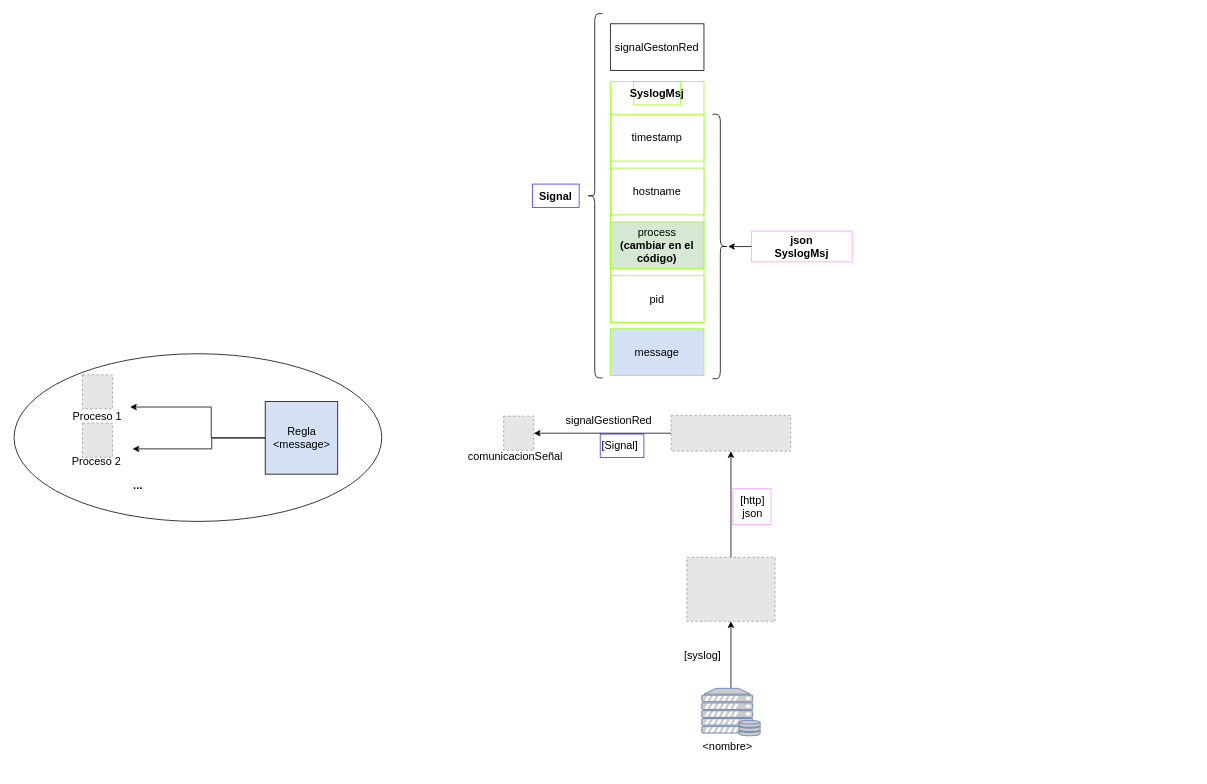
MarianaReyesH/gestionRed keeps this draw.io diagram as esquemaProcesos.drawio. Above is the earlier version. Source tidied: cells renumbered, new cells numbered last; positions are measured from the earlier drawing's top-left corner, leaving out a move shared by most shapes. Both pictures are drawn from the tidied source at 78%, with x=0, y=0 at pixel (14, 13). Pictures stored in the file or linked from it are replaced by grey dashed boxes.
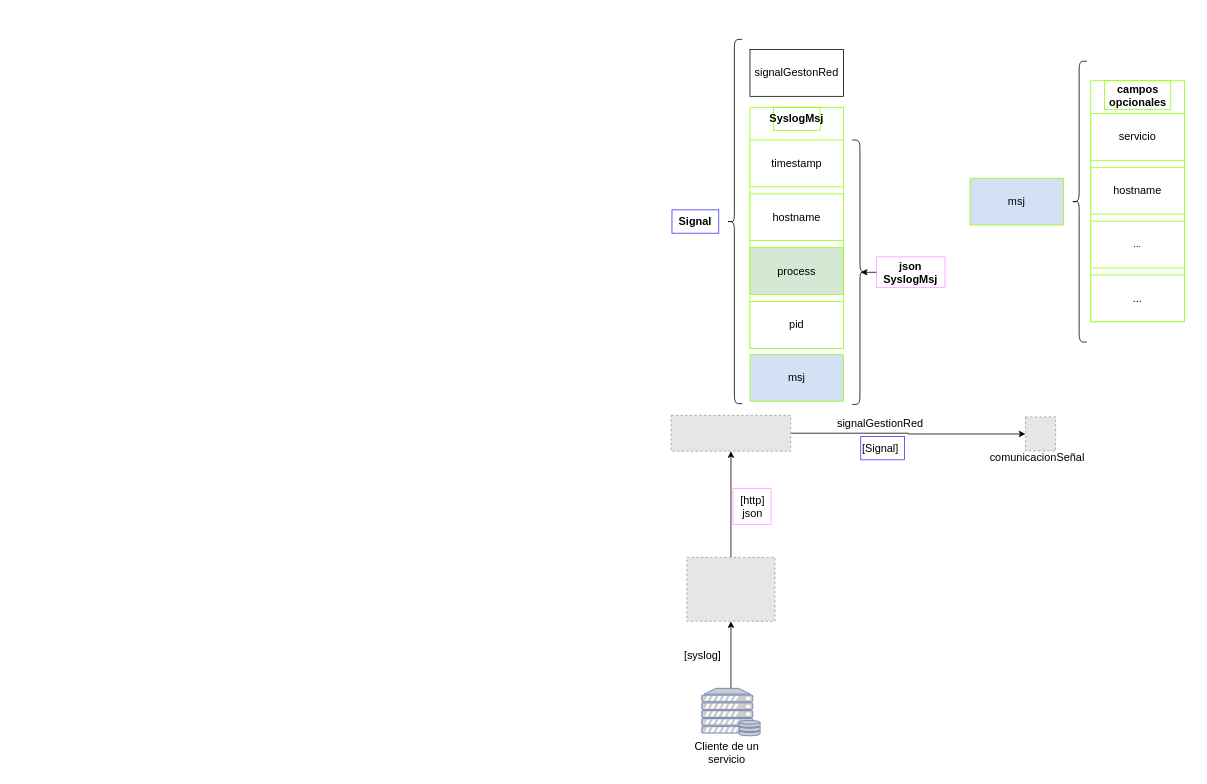
After the change.

Unchanged cells that the change refers to:
```xml
<mxCell id="26" style="group;" parent="25" vertex="1">
  <mxGeometry width="220" height="467" as="geometry" />
</mxCell>
<mxCell id="27" style="group;strokeColor=#94FF08;" parent="26" vertex="1">
  <mxGeometry x="100" y="87" width="120" height="309" as="geometry" />
</mxCell>
```

Change to the diagram source:
```diff
@@
-    <mxCell id="2" style="group;" parent="1" vertex="1">
-      <mxGeometry x="30" y="463" width="441" height="188" as="geometry" />
-    </mxCell>
-    <mxCell id="3" style="ellipse;whiteSpace=wrap;html=1;" parent="2" vertex="1">
-      <mxGeometry x="-30.5" y="-27" width="471.5" height="215" as="geometry" />
-    </mxCell>
-    <mxCell id="4" style="fillColor=#E6E6E6;strokeColor=#999999;dashed=1;verticalLabelPosition=bottom;labelBackgroundColor=default;verticalAlign=top;" parent="2" vertex="1">
-      <mxGeometry x="57.2" width="38.7" height="43.7" as="geometry" />
-    </mxCell>
-    <mxCell id="5" value="&lt;font style=&quot;font-size: 14px;&quot;&gt;Proceso 1&lt;/font&gt;" style="text;html=1;align=center;verticalAlign=middle;whiteSpace=wrap;rounded=0;" parent="2" vertex="1">
-      <mxGeometry y="32" width="153" height="43.1" as="geometry" />
-    </mxCell>
-    <mxCell id="6" value="&lt;font style=&quot;font-size: 14px;&quot;&gt;Regla&lt;/font&gt;&lt;div&gt;&lt;font style=&quot;font-size: 14px;&quot;&gt;&amp;lt;message&amp;gt;&lt;/font&gt;&lt;/div&gt;" style="whiteSpace=wrap;html=1;fillColor=#D4E1F5;" parent="2" vertex="1">
-      <mxGeometry x="291.5" y="34.4" width="93" height="93" as="geometry" />
-    </mxCell>
-    <mxCell id="7" style="edgeStyle=orthogonalEdgeStyle;rounded=0;jettySize=auto;html=1;entryX=0.773;entryY=0.216;entryDx=0;entryDy=0;entryPerimeter=0;" parent="2" edge="1" source="6" target="5">
-      <mxGeometry relative="1" as="geometry" />
-    </mxCell>
-    <mxCell id="8" value="&lt;font style=&quot;font-size: 14px;&quot;&gt;&lt;b&gt;...&lt;/b&gt;&lt;/font&gt;" style="text;html=1;align=center;verticalAlign=middle;strokeColor=none;fillColor=none;" parent="2" vertex="1">
-      <mxGeometry x="112.5" y="127.4" width="30" height="29" as="geometry" />
-    </mxCell>
-    <mxCell id="9" style="fillColor=#E6E6E6;strokeColor=#999999;dashed=1;verticalLabelPosition=bottom;labelBackgroundColor=default;verticalAlign=top;" parent="2" vertex="1">
-      <mxGeometry x="57.2" y="62" width="38.7" height="43.7" as="geometry" />
-    </mxCell>
-    <mxCell id="10" value="&lt;font style=&quot;font-size: 14px;&quot;&gt;Proceso 2&lt;/font&gt;" style="text;html=1;align=center;verticalAlign=middle;whiteSpace=wrap;rounded=0;" parent="2" vertex="1">
-      <mxGeometry x="-1.5" y="89" width="153" height="43.1" as="geometry" />
-    </mxCell>
-    <mxCell id="11" style="edgeStyle=orthogonalEdgeStyle;rounded=0;jettySize=auto;html=1;" parent="2" edge="1" source="6">
-      <mxGeometry relative="1" as="geometry">
-        <mxPoint x="121.5" y="95" as="targetPoint" />
-        <Array as="points">
-          <mxPoint x="223" y="81" />
-          <mxPoint x="223" y="95" />
-        </Array>
-      </mxGeometry>
-    </mxCell>
     <mxCell id="12" style="group;" parent="1" vertex="1">
-      <mxGeometry x="570" y="516" width="272" height="223" as="geometry" />
+      <mxGeometry x="1239" y="517" width="272" height="223" as="geometry" />
     </mxCell>
@@
-    <mxCell id="15" value="&lt;span style=&quot;color: rgb(0, 0, 0); font-family: Helvetica; font-size: 14px; font-style: normal; font-variant-ligatures: normal; font-variant-caps: normal; font-weight: 400; letter-spacing: normal; orphans: 2; text-align: center; text-indent: 0px; text-transform: none; widows: 2; word-spacing: 0px; -webkit-text-stroke-width: 0px; white-space: nowrap; background-color: rgb(255, 255, 255); text-decoration-thickness: initial; text-decoration-style: initial; text-decoration-color: initial; display: inline !important; float: none;&quot;&gt;[S&lt;/span&gt;&lt;font style=&quot;forced-color-adjust: none; color: rgb(0, 0, 0); font-family: Helvetica; font-size: 14px; font-style: normal; font-variant-ligatures: normal; font-variant-caps: normal; font-weight: 400; letter-spacing: normal; orphans: 2; text-align: center; text-indent: 0px; text-transform: none; widows: 2; word-spacing: 0px; -webkit-text-stroke-width: 0px; white-space: nowrap; background-color: rgb(255, 255, 255); text-decoration-thickness: initial; text-decoration-style: initial; text-decoration-color: initial;&quot;&gt;ignal&lt;/font&gt;&lt;span style=&quot;color: rgb(0, 0, 0); font-family: Helvetica; font-size: 14px; font-style: normal; font-variant-ligatures: normal; font-variant-caps: normal; font-weight: 400; letter-spacing: normal; orphans: 2; text-align: center; text-indent: 0px; text-transform: none; widows: 2; word-spacing: 0px; -webkit-text-stroke-width: 0px; white-space: nowrap; background-color: rgb(255, 255, 255); text-decoration-thickness: initial; text-decoration-style: initial; text-decoration-color: initial; display: inline !important; float: none;&quot;&gt;]&amp;nbsp;&lt;/span&gt;" style="text;whiteSpace=wrap;html=1;strokeColor=#3333FF;" parent="12" vertex="1">
-      <mxGeometry x="181" y="23" width="56" height="30" as="geometry" />
-    </mxCell>
-    <mxCell id="16" value="&lt;span style=&quot;color: rgb(0, 0, 0); font-family: Helvetica; font-size: 14px; font-style: normal; font-variant-ligatures: normal; font-variant-caps: normal; font-weight: 400; letter-spacing: normal; orphans: 2; text-align: center; text-indent: 0px; text-transform: none; widows: 2; word-spacing: 0px; -webkit-text-stroke-width: 0px; white-space: normal; background-color: rgb(255, 255, 255); text-decoration-thickness: initial; text-decoration-style: initial; text-decoration-color: initial; display: inline !important; float: none;&quot;&gt;signalGestionRed&lt;/span&gt;" style="text;whiteSpace=wrap;html=1;" parent="12" vertex="1">
-      <mxGeometry x="134.5" y="-9" width="149" height="39" as="geometry" />
-    </mxCell>
@@
     <mxCell id="25" style="group;" parent="1" vertex="1">
-      <mxGeometry x="664" width="410" height="468" as="geometry" />
+      <mxGeometry x="843" y="33" width="410" height="684" as="geometry" />
     </mxCell>
@@
-    <mxCell id="30" value="&lt;font style=&quot;font-size: 14px;&quot;&gt;process&lt;/font&gt;&lt;div&gt;&lt;font style=&quot;font-size: 14px;&quot;&gt;&lt;b&gt;(cambiar en el código)&lt;/b&gt;&lt;/font&gt;&lt;/div&gt;" style="rounded=0;whiteSpace=wrap;html=1;strokeColor=#94FF08;fillColor=#D5E8D4;" parent="27" vertex="1">
+    <mxCell id="30" value="&lt;font style=&quot;font-size: 14px;&quot;&gt;process&lt;/font&gt;" style="rounded=0;whiteSpace=wrap;html=1;strokeColor=#94FF08;fillColor=#D5E8D4;" parent="27" vertex="1">
       <mxGeometry y="180" width="120" height="60" as="geometry" />
     </mxCell>
@@
-    <mxCell id="36" value="&lt;font style=&quot;font-size: 14px;&quot;&gt;message&lt;/font&gt;" style="rounded=0;whiteSpace=wrap;html=1;strokeColor=#94FF08;fillColor=#D4E1F5;" parent="26" vertex="1">
+    <mxCell id="36" value="&lt;font style=&quot;font-size: 14px;&quot;&gt;msj&lt;/font&gt;" style="rounded=0;whiteSpace=wrap;html=1;strokeColor=#94FF08;fillColor=#D4E1F5;" parent="26" vertex="1">
       <mxGeometry x="100" y="404" width="120" height="60" as="geometry" />
     </mxCell>
@@
     <mxCell id="38" value="&lt;b&gt;&lt;font style=&quot;font-size: 14px;&quot;&gt;json&lt;/font&gt;&lt;/b&gt;&lt;div&gt;&lt;b&gt;&lt;font style=&quot;font-size: 14px;&quot;&gt;SyslogMsj&lt;/font&gt;&lt;/b&gt;&lt;/div&gt;" style="text;html=1;align=center;verticalAlign=middle;whiteSpace=wrap;rounded=0;strokeColor=#FF99FF;" parent="25" vertex="1">
-      <mxGeometry x="281" y="278.8" width="129" height="39.5" as="geometry" />
+      <mxGeometry x="262" y="278.8" width="88" height="39.5" as="geometry" />
     </mxCell>
@@
+    <mxCell id="15" value="&lt;span style=&quot;color: rgb(0, 0, 0); font-family: Helvetica; font-size: 14px; font-style: normal; font-variant-ligatures: normal; font-variant-caps: normal; font-weight: 400; letter-spacing: normal; orphans: 2; text-align: center; text-indent: 0px; text-transform: none; widows: 2; word-spacing: 0px; -webkit-text-stroke-width: 0px; white-space: nowrap; background-color: rgb(255, 255, 255); text-decoration-thickness: initial; text-decoration-style: initial; text-decoration-color: initial; display: inline !important; float: none;&quot;&gt;[S&lt;/span&gt;&lt;font style=&quot;forced-color-adjust: none; color: rgb(0, 0, 0); font-family: Helvetica; font-size: 14px; font-style: normal; font-variant-ligatures: normal; font-variant-caps: normal; font-weight: 400; letter-spacing: normal; orphans: 2; text-align: center; text-indent: 0px; text-transform: none; widows: 2; word-spacing: 0px; -webkit-text-stroke-width: 0px; white-space: nowrap; background-color: rgb(255, 255, 255); text-decoration-thickness: initial; text-decoration-style: initial; text-decoration-color: initial;&quot;&gt;ignal&lt;/font&gt;&lt;span style=&quot;color: rgb(0, 0, 0); font-family: Helvetica; font-size: 14px; font-style: normal; font-variant-ligatures: normal; font-variant-caps: normal; font-weight: 400; letter-spacing: normal; orphans: 2; text-align: center; text-indent: 0px; text-transform: none; widows: 2; word-spacing: 0px; -webkit-text-stroke-width: 0px; white-space: nowrap; background-color: rgb(255, 255, 255); text-decoration-thickness: initial; text-decoration-style: initial; text-decoration-color: initial; display: inline !important; float: none;&quot;&gt;]&amp;nbsp;&lt;/span&gt;" style="text;whiteSpace=wrap;html=1;strokeColor=#3333FF;" parent="25" vertex="1">
+      <mxGeometry x="242" y="509" width="56" height="30" as="geometry" />
+    </mxCell>
+    <mxCell id="16" value="&lt;span style=&quot;color: rgb(0, 0, 0); font-family: Helvetica; font-size: 14px; font-style: normal; font-variant-ligatures: normal; font-variant-caps: normal; font-weight: 400; letter-spacing: normal; orphans: 2; text-align: center; text-indent: 0px; text-transform: none; widows: 2; word-spacing: 0px; -webkit-text-stroke-width: 0px; white-space: normal; background-color: rgb(255, 255, 255); text-decoration-thickness: initial; text-decoration-style: initial; text-decoration-color: initial; display: inline !important; float: none;&quot;&gt;signalGestionRed&lt;/span&gt;" style="text;whiteSpace=wrap;html=1;" parent="25" vertex="1">
+      <mxGeometry x="210" y="477" width="149" height="39" as="geometry" />
+    </mxCell>
-    <mxCell id="40" value="&lt;font style=&quot;font-size: 14px;&quot;&gt;&amp;lt;nombre&amp;gt;&lt;/font&gt;" style="text;html=1;align=center;verticalAlign=middle;strokeColor=none;fillColor=none;" parent="1" vertex="1">
-      <mxGeometry x="873.2" y="925.8" width="82" height="29" as="geometry" />
+    <mxCell id="40" value="&lt;font style=&quot;font-size: 14px;&quot;&gt;Cliente de un&lt;/font&gt;&lt;div&gt;&lt;font style=&quot;font-size: 14px;&quot;&gt;servicio&lt;/font&gt;&lt;/div&gt;" style="text;html=1;align=center;verticalAlign=middle;strokeColor=none;fillColor=none;" parent="1" vertex="1">
+      <mxGeometry x="862.1" y="924" width="101" height="46" as="geometry" />
     </mxCell>
+    <mxCell id="41" style="shape=curlyBracket;whiteSpace=wrap;html=1;rounded=1;labelPosition=left;verticalLabelPosition=middle;align=right;verticalAlign=middle;" parent="1" vertex="1">
+      <mxGeometry x="1355" y="61" width="20" height="360" as="geometry" />
+    </mxCell>
+    <mxCell id="42" value="&lt;font style=&quot;font-size: 14px;&quot;&gt;msj&lt;/font&gt;" style="rounded=0;whiteSpace=wrap;html=1;strokeColor=#94FF08;fillColor=#D4E1F5;" parent="1" vertex="1">
+      <mxGeometry x="1225" y="211" width="120" height="60" as="geometry" />
+    </mxCell>
+    <mxCell id="43" style="group;strokeColor=#94FF08;" parent="1" vertex="1">
+      <mxGeometry x="1380" y="86" width="120" height="309" as="geometry" />
+    </mxCell>
+    <mxCell id="44" value="&lt;font style=&quot;font-size: 14px;&quot;&gt;servicio&lt;/font&gt;" style="rounded=0;whiteSpace=wrap;html=1;strokeColor=#94FF08;" parent="43" vertex="1">
+      <mxGeometry y="42" width="120" height="60" as="geometry" />
+    </mxCell>
+    <mxCell id="45" value="&lt;font style=&quot;font-size: 14px;&quot;&gt;hostname&lt;/font&gt;" style="rounded=0;whiteSpace=wrap;html=1;strokeColor=#94FF08;" parent="43" vertex="1">
+      <mxGeometry y="111" width="120" height="60" as="geometry" />
+    </mxCell>
+    <mxCell id="46" value="..." style="rounded=0;whiteSpace=wrap;html=1;strokeColor=#94FF08;fillColor=#FFFFFF;" parent="43" vertex="1">
+      <mxGeometry y="180" width="120" height="60" as="geometry" />
+    </mxCell>
+    <mxCell id="47" value="&lt;b&gt;&lt;font style=&quot;font-size: 14px;&quot;&gt;campos opcionales&lt;/font&gt;&lt;/b&gt;" style="text;html=1;align=center;verticalAlign=middle;whiteSpace=wrap;rounded=0;strokeColor=#94FF08;" parent="43" vertex="1">
+      <mxGeometry x="17.5" width="85" height="37" as="geometry" />
+    </mxCell>
+    <mxCell id="48" value="&lt;span style=&quot;font-size: 14px;&quot;&gt;...&lt;/span&gt;" style="rounded=0;whiteSpace=wrap;html=1;strokeColor=#94FF08;" parent="43" vertex="1">
+      <mxGeometry y="249" width="120" height="60" as="geometry" />
+    </mxCell>
```
